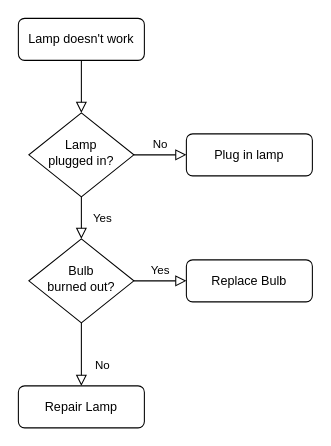
Above: Untitled Diagram.drawio in zelinabella/Zenius-Machine-Learning (draw.io), before the change. Source tidied: cells renumbered, new cells numbered last; positions are measured from the earlier drawing's top-left corner, leaving out a move shared by most shapes. Both pictures are drawn from the tidied source at 105%, with x=0, y=0 at pixel (18, 18).
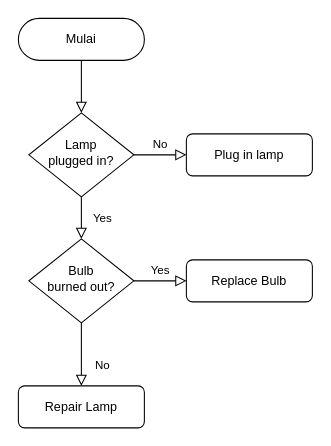
The same page after the edit.

What changed in the source:
```diff
@@
 <mxGraphModel>
   <root>
     <mxCell id="0" />
     <mxCell id="1" parent="0" />
     <mxCell id="2" style="rounded=0;html=1;jettySize=auto;fontSize=11;endArrow=block;endFill=0;endSize=8;strokeWidth=1;shadow=0;labelBackgroundColor=none;edgeStyle=orthogonalEdgeStyle;" parent="1" edge="1" source="3" target="6">
       <mxGeometry relative="1" as="geometry" />
     </mxCell>
-    <mxCell id="3" value="Lamp doesn't work" style="rounded=1;whiteSpace=wrap;html=1;fontSize=12;glass=0;strokeWidth=1;shadow=0;" parent="1" vertex="1">
+    <mxCell id="3" value="Mulai" style="rounded=1;whiteSpace=wrap;html=1;fontSize=12;glass=0;strokeWidth=1;shadow=0;arcSize=50;" parent="1" vertex="1">
       <mxGeometry width="120" height="40" as="geometry" />
     </mxCell>
     <mxCell id="4" value="Yes" style="rounded=0;html=1;jettySize=auto;fontSize=11;endArrow=block;endFill=0;endSize=8;strokeWidth=1;shadow=0;labelBackgroundColor=none;edgeStyle=orthogonalEdgeStyle;" parent="1" edge="1" source="6" target="10">
       <mxGeometry y="20" relative="1" as="geometry" />
     </mxCell>
     <mxCell id="5" value="No" style="edgeStyle=orthogonalEdgeStyle;rounded=0;html=1;jettySize=auto;fontSize=11;endArrow=block;endFill=0;endSize=8;strokeWidth=1;shadow=0;labelBackgroundColor=none;" parent="1" edge="1" source="6" target="7">
       <mxGeometry y="10" relative="1" as="geometry" />
     </mxCell>
     <mxCell id="6" value="Lamp&lt;br&gt;plugged in?" style="rhombus;whiteSpace=wrap;html=1;shadow=0;fontFamily=Helvetica;fontSize=12;align=center;strokeWidth=1;spacing=6;spacingTop=-4;" parent="1" vertex="1">
       <mxGeometry x="10" y="90" width="100" height="80" as="geometry" />
     </mxCell>
     <mxCell id="7" value="Plug in lamp" style="rounded=1;whiteSpace=wrap;html=1;fontSize=12;glass=0;strokeWidth=1;shadow=0;" parent="1" vertex="1">
       <mxGeometry x="160" y="110" width="120" height="40" as="geometry" />
     </mxCell>
     <mxCell id="8" value="No" style="rounded=0;html=1;jettySize=auto;fontSize=11;endArrow=block;endFill=0;endSize=8;strokeWidth=1;shadow=0;labelBackgroundColor=none;edgeStyle=orthogonalEdgeStyle;" parent="1" edge="1" source="10" target="11">
       <mxGeometry x="0.33" y="20" relative="1" as="geometry" />
     </mxCell>
     <mxCell id="9" value="Yes" style="edgeStyle=orthogonalEdgeStyle;rounded=0;html=1;jettySize=auto;fontSize=11;endArrow=block;endFill=0;endSize=8;strokeWidth=1;shadow=0;labelBackgroundColor=none;" parent="1" edge="1" source="10" target="12">
       <mxGeometry y="10" relative="1" as="geometry" />
     </mxCell>
     <mxCell id="10" value="Bulb&lt;br&gt;burned out?" style="rhombus;whiteSpace=wrap;html=1;shadow=0;fontFamily=Helvetica;fontSize=12;align=center;strokeWidth=1;spacing=6;spacingTop=-4;" parent="1" vertex="1">
       <mxGeometry x="10" y="210" width="100" height="80" as="geometry" />
     </mxCell>
     <mxCell id="11" value="Repair Lamp" style="rounded=1;whiteSpace=wrap;html=1;fontSize=12;glass=0;strokeWidth=1;shadow=0;" parent="1" vertex="1">
       <mxGeometry y="350" width="120" height="40" as="geometry" />
     </mxCell>
     <mxCell id="12" value="Replace Bulb" style="rounded=1;whiteSpace=wrap;html=1;fontSize=12;glass=0;strokeWidth=1;shadow=0;" parent="1" vertex="1">
       <mxGeometry x="160" y="230" width="120" height="40" as="geometry" />
     </mxCell>
   </root>
 </mxGraphModel>
```
